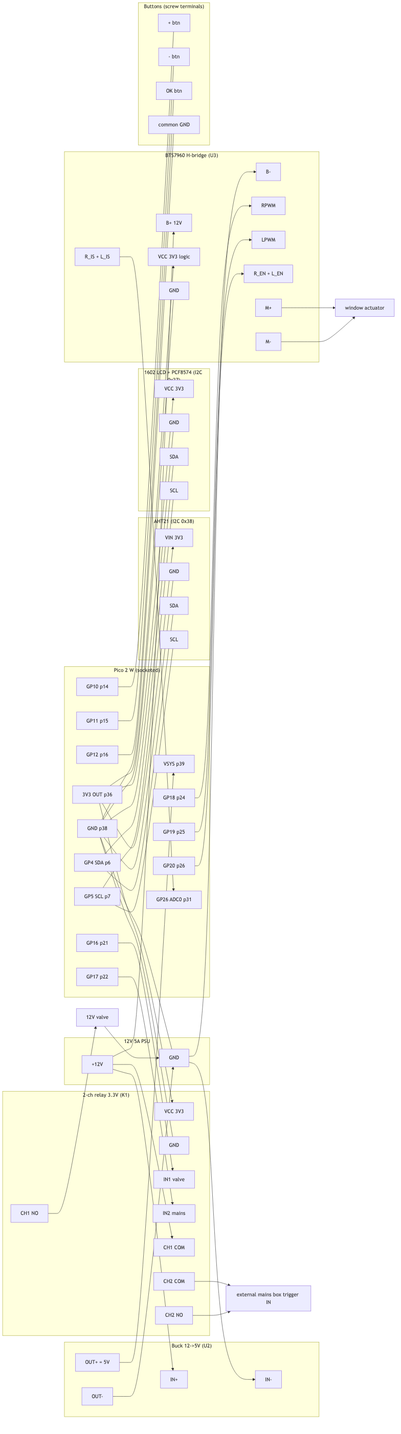
This is docs/diagrams/connections.png from alexpaulzor/greenhousebot, a Mermaid export, as it was before one commit. Its source is kept beside it as docs/diagrams/connections.mmd.
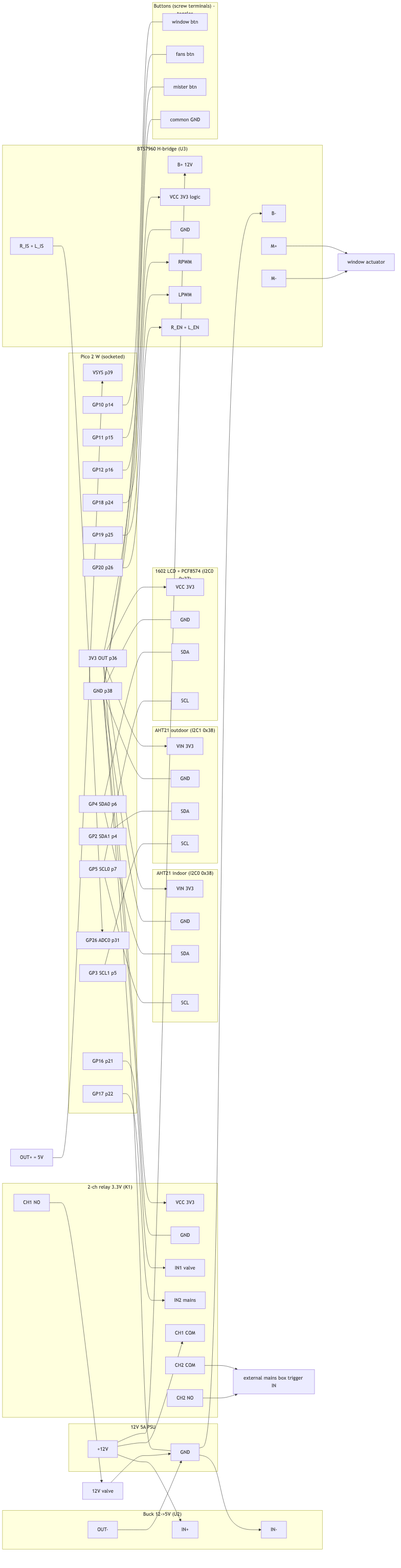
After the commit.

Change to the diagram source:
```diff
@@ -15,27 +15,36 @@
     P_VSYS["VSYS p39"]
     P_3V3["3V3 OUT p36"]
     P_GND["GND p38"]
-    P_SDA["GP4 SDA p6"]
-    P_SCL["GP5 SCL p7"]
+    P_SDA["GP4 SDA0 p6"]
+    P_SCL["GP5 SCL0 p7"]
+    P_SDA1["GP2 SDA1 p4"]
+    P_SCL1["GP3 SCL1 p5"]
     P_R1["GP16 p21"]
     P_R2["GP17 p22"]
     P_RP["GP18 p24"]
     P_LP["GP19 p25"]
     P_EN["GP20 p26"]
     P_IS["GP26 ADC0 p31"]
-    P_BP["GP10 p14"]
-    P_BM["GP11 p15"]
-    P_BOK["GP12 p16"]
+    P_BW["GP10 p14"]
+    P_BF["GP11 p15"]
+    P_BM["GP12 p16"]
   end
 
-  subgraph AHT["AHT21 (I2C 0x38)"]
+  subgraph AHT["AHT21 indoor (I2C0 0x38)"]
     A_V["VIN 3V3"]
     A_G["GND"]
     A_SDA["SDA"]
     A_SCL["SCL"]
   end
 
-  subgraph LCD["1602 LCD + PCF8574 (I2C 0x27)"]
+  subgraph AHTO["AHT21 outdoor (I2C1 0x38)"]
+    AO_V["VIN 3V3"]
+    AO_G["GND"]
+    AO_SDA["SDA"]
+    AO_SCL["SCL"]
+  end
+
+  subgraph LCD["1602 LCD + PCF8574 (I2C0 0x27)"]
     L_V["VCC 3V3"]
     L_G["GND"]
     L_SDA["SDA"]
@@ -66,10 +75,10 @@
     H_MG["M-"]
   end
 
-  subgraph BTN["Buttons (screw terminals)"]
-    BTN_P["+ btn"]
-    BTN_M["- btn"]
-    BTN_OK["OK btn"]
+  subgraph BTN["Buttons (screw terminals) - toggles"]
+    BTN_W["window btn"]
+    BTN_F["fans btn"]
+    BTN_M["mister btn"]
     BTN_G["common GND"]
   end
 
@@ -87,12 +96,14 @@
   B_OUTG --> PSU_G
 
   P_3V3 --> A_V
+  P_3V3 --> AO_V
   P_3V3 --> L_V
   P_3V3 --> K_V
   P_3V3 --> H_VCC
 
   P_GND --- PSU_G
   P_GND --- A_G
+  P_GND --- AO_G
   P_GND --- L_G
   P_GND --- K_G
   P_GND --- H_G
@@ -102,6 +113,9 @@
   P_SDA --- L_SDA
   P_SCL --- A_SCL
   P_SCL --- L_SCL
+
+  P_SDA1 --- AO_SDA
+  P_SCL1 --- AO_SCL
 
   P_R1 --> K_1
   P_R2 --> K_2
@@ -119,6 +133,6 @@
   H_MP --> ACT
   H_MG --> ACT
 
-  P_BP --- BTN_P
+  P_BW --- BTN_W
+  P_BF --- BTN_F
   P_BM --- BTN_M
-  P_BOK --- BTN_OK
```
